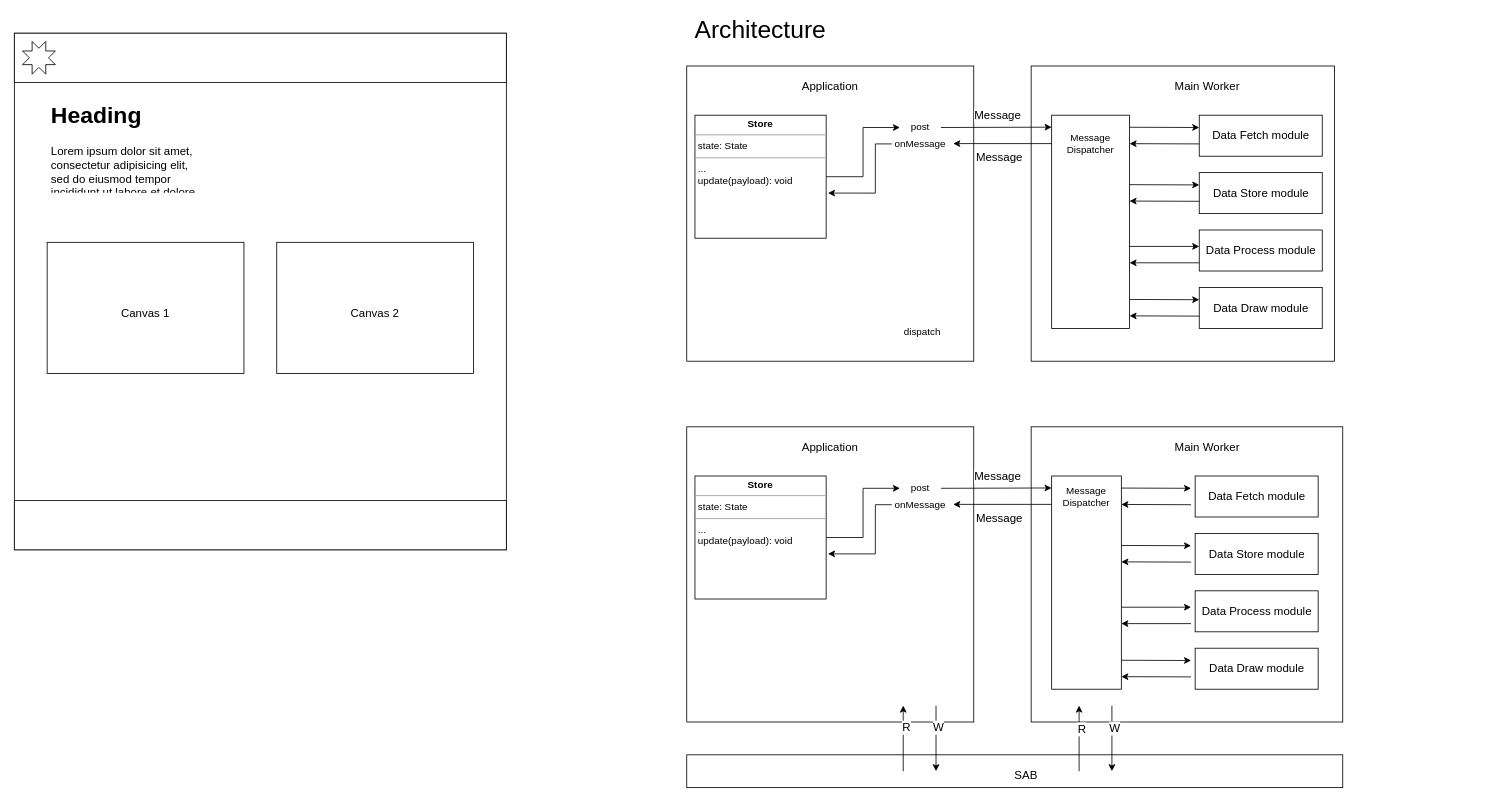
Earlier version of the draw.io diagram ocww-structure.drawio (arthurhovhannisyan31/offscreen-canvas-worker). Source tidied: cells renumbered, new cells numbered last; positions are measured from the earlier drawing's top-left corner, leaving out a move shared by most shapes. Both pictures are drawn from the tidied source at 82%, with x=0, y=0 at pixel (14, 16).
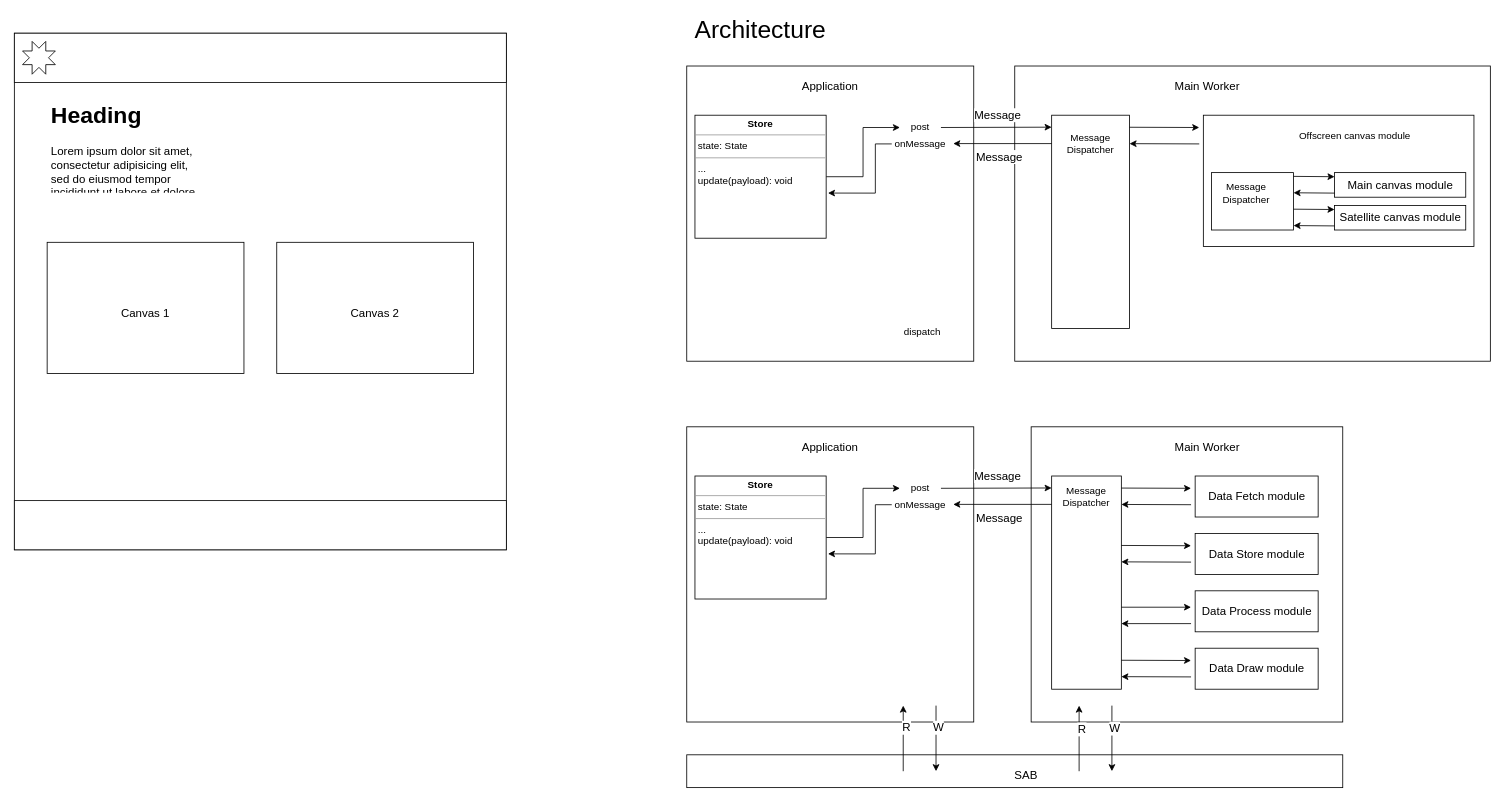
The same page after the edit.

What changed in the source:
```diff
@@
     <mxCell id="3" style="rounded=0;whiteSpace=wrap;html=1;" parent="1" vertex="1">
-      <mxGeometry x="1240" y="60" width="370" height="360" as="geometry" />
+      <mxGeometry x="1220" y="60" width="580" height="360" as="geometry" />
     </mxCell>
@@
-    <mxCell id="8" value="Data Store module" style="html=1;fontSize=14;" parent="1" vertex="1">
-      <mxGeometry x="1445" y="190" width="150" height="50" as="geometry" />
-    </mxCell>
-    <mxCell id="9" value="Data Process module" style="html=1;fontSize=14;" parent="1" vertex="1">
-      <mxGeometry x="1445" y="260" width="150" height="50" as="geometry" />
-    </mxCell>
-    <mxCell id="10" value="Data Draw module" style="html=1;fontSize=14;" parent="1" vertex="1">
-      <mxGeometry x="1445" y="330" width="150" height="50" as="geometry" />
-    </mxCell>
-    <mxCell id="11" value="Data Fetch module" style="html=1;fontSize=14;" parent="1" vertex="1">
-      <mxGeometry x="1445" y="120" width="150" height="50" as="geometry" />
-    </mxCell>
@@
-    <mxCell id="14" style="endArrow=classic;html=1;rounded=0;fontSize=14;" parent="1" edge="1">
-      <mxGeometry relative="1" as="geometry">
-        <mxPoint x="1360" y="204.7" as="sourcePoint" />
-        <mxPoint x="1445" y="205" as="targetPoint" />
-      </mxGeometry>
-    </mxCell>
-    <mxCell id="15" style="endArrow=classic;html=1;rounded=0;fontSize=14;" parent="1" edge="1">
-      <mxGeometry relative="1" as="geometry">
-        <mxPoint x="1445" y="225" as="sourcePoint" />
-        <mxPoint x="1360" y="224.7" as="targetPoint" />
-      </mxGeometry>
-    </mxCell>
-    <mxCell id="16" style="endArrow=classic;html=1;rounded=0;fontSize=14;" parent="1" edge="1">
-      <mxGeometry relative="1" as="geometry">
-        <mxPoint x="1360" y="280" as="sourcePoint" />
-        <mxPoint x="1445" y="280" as="targetPoint" />
-      </mxGeometry>
-    </mxCell>
-    <mxCell id="17" style="endArrow=classic;html=1;rounded=0;fontSize=14;" parent="1" edge="1">
-      <mxGeometry relative="1" as="geometry">
-        <mxPoint x="1445" y="300" as="sourcePoint" />
-        <mxPoint x="1360" y="300" as="targetPoint" />
-      </mxGeometry>
-    </mxCell>
-    <mxCell id="18" style="endArrow=classic;html=1;rounded=0;fontSize=14;" parent="1" edge="1">
-      <mxGeometry relative="1" as="geometry">
-        <mxPoint x="1360" y="344.7" as="sourcePoint" />
-        <mxPoint x="1445" y="345" as="targetPoint" />
-      </mxGeometry>
-    </mxCell>
-    <mxCell id="19" style="endArrow=classic;html=1;rounded=0;fontSize=14;" parent="1" edge="1">
-      <mxGeometry relative="1" as="geometry">
-        <mxPoint x="1445" y="365" as="sourcePoint" />
-        <mxPoint x="1360" y="364.7" as="targetPoint" />
-      </mxGeometry>
-    </mxCell>
@@
+    <mxCell id="77" style="rounded=0;whiteSpace=wrap;html=1;" parent="1" vertex="1">
+      <mxGeometry x="1450" y="120" width="330" height="160" as="geometry" />
+    </mxCell>
+    <mxCell id="78" value="Main canvas module" style="html=1;fontSize=14;" parent="1" vertex="1">
+      <mxGeometry x="1610" y="190" width="160" height="30" as="geometry" />
+    </mxCell>
+    <mxCell id="79" value="Satellite canvas module" style="html=1;fontSize=14;" parent="1" vertex="1">
+      <mxGeometry x="1610" y="230" width="160" height="30" as="geometry" />
+    </mxCell>
+    <mxCell id="80" value="Offscreen canvas module" style="text;html=1;strokeColor=none;fillColor=none;align=center;verticalAlign=middle;whiteSpace=wrap;rounded=0;" parent="1" vertex="1">
+      <mxGeometry x="1560" y="130" width="150" height="30" as="geometry" />
+    </mxCell>
+    <mxCell id="81" style="rounded=0;whiteSpace=wrap;html=1;" parent="1" vertex="1">
+      <mxGeometry x="1460" y="190" width="100" height="70" as="geometry" />
+    </mxCell>
+    <mxCell id="82" value="Message Dispatcher" style="text;html=1;strokeColor=none;fillColor=none;align=center;verticalAlign=middle;whiteSpace=wrap;rounded=0;" parent="1" vertex="1">
+      <mxGeometry x="1470" y="200" width="65" height="30" as="geometry" />
+    </mxCell>
+    <mxCell id="83" style="endArrow=classic;html=1;rounded=0;fontSize=14;" parent="1" edge="1">
+      <mxGeometry relative="1" as="geometry">
+        <mxPoint x="1560" y="194.6" as="sourcePoint" />
+        <mxPoint x="1610" y="195" as="targetPoint" />
+      </mxGeometry>
+    </mxCell>
+    <mxCell id="84" style="endArrow=classic;html=1;rounded=0;fontSize=14;" parent="1" edge="1">
+      <mxGeometry relative="1" as="geometry">
+        <mxPoint x="1610" y="215" as="sourcePoint" />
+        <mxPoint x="1560" y="214.6" as="targetPoint" />
+      </mxGeometry>
+    </mxCell>
+    <mxCell id="85" style="endArrow=classic;html=1;rounded=0;fontSize=14;" parent="1" edge="1">
+      <mxGeometry relative="1" as="geometry">
+        <mxPoint x="1560" y="234.6" as="sourcePoint" />
+        <mxPoint x="1610" y="235" as="targetPoint" />
+      </mxGeometry>
+    </mxCell>
+    <mxCell id="86" style="endArrow=classic;html=1;rounded=0;fontSize=14;" parent="1" edge="1">
+      <mxGeometry relative="1" as="geometry">
+        <mxPoint x="1610" y="255" as="sourcePoint" />
+        <mxPoint x="1560" y="254.6" as="targetPoint" />
+      </mxGeometry>
+    </mxCell>
```
